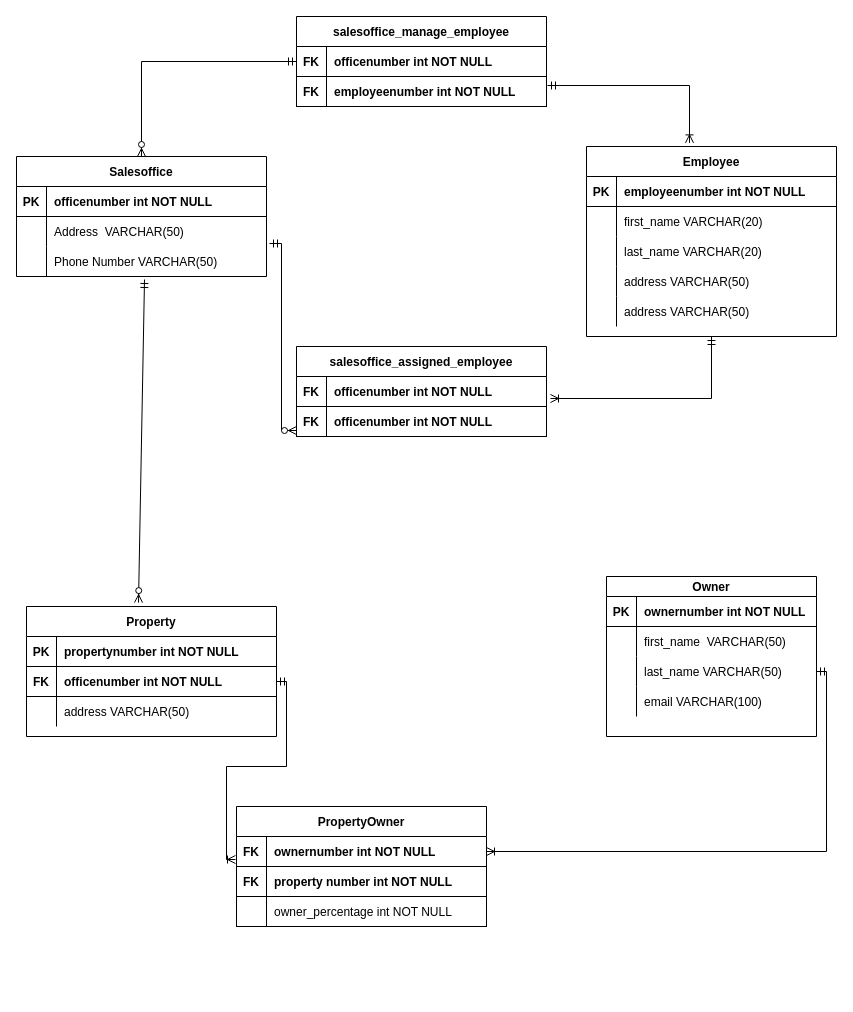
Above: case 1 erd.drawio in santoshkc1655/Data-Modeling-SQL (draw.io), before the change. Source tidied: cells renumbered, new cells numbered last; positions are measured from the earlier drawing's top-left corner, leaving out a move shared by most shapes. Both pictures are drawn from the tidied source at 100%, with x=0, y=0 at pixel (16, 16).
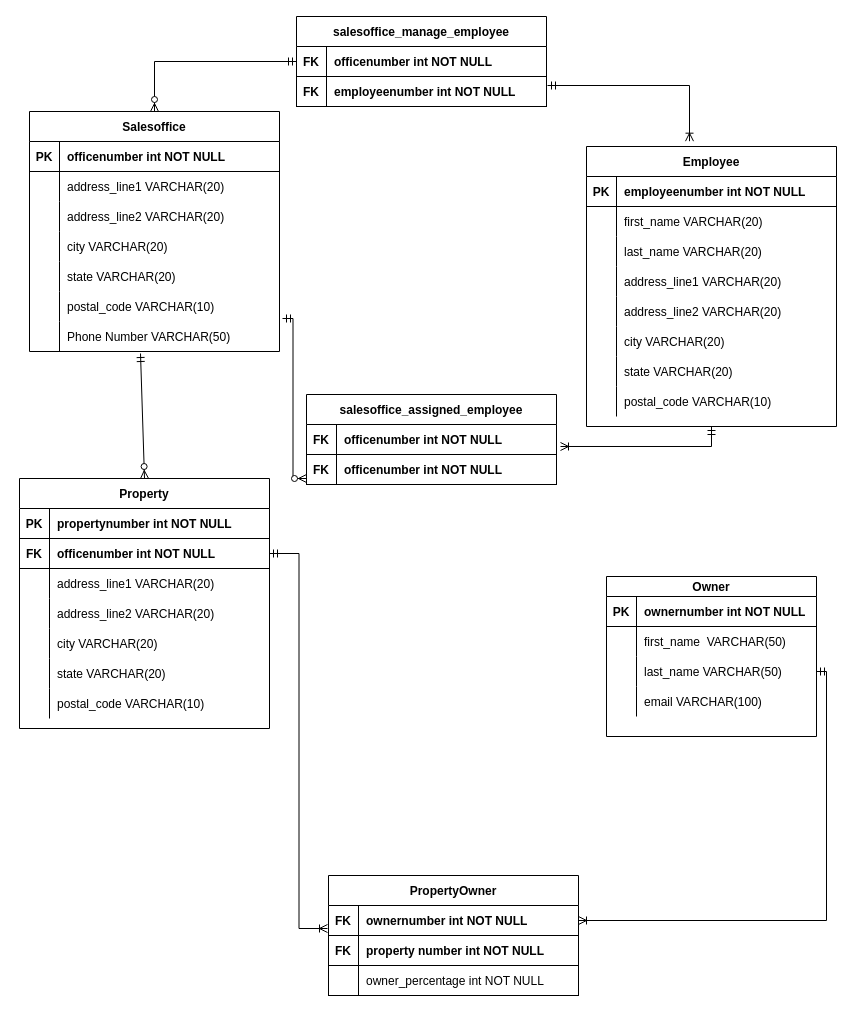
Above is the later version.

Unchanged cells that the change refers to:
```xml
<mxCell id="12" style="shape=partialRectangle;fillColor=none;top=0;left=0;right=0;bottom=0;" parent="2" vertex="1">
  <mxGeometry y="120" width="250" height="30" as="geometry" />
</mxCell>
```

What changed in the source:
```diff
@@
     <mxCell id="2" value="Employee" style="shape=table;startSize=30;childLayout=tableLayout;rowLines=0;fontStyle=1;align=center;" parent="1" vertex="1">
-      <mxGeometry x="570" y="130" width="250" height="190" as="geometry" />
+      <mxGeometry x="570" y="130" width="250" height="280" as="geometry" />
     </mxCell>
@@
-    <mxCell id="14" value="address VARCHAR(50)" style="shape=partialRectangle;overflow=hidden;fillColor=none;top=0;left=0;bottom=0;right=0;align=left;spacingLeft=6;" parent="12" vertex="1">
+    <mxCell id="14" value="address_line1 VARCHAR(20)" style="shape=partialRectangle;overflow=hidden;fillColor=none;top=0;left=0;bottom=0;right=0;align=left;spacingLeft=6;" parent="12" vertex="1">
       <mxGeometry x="30" width="220" height="30" as="geometry" />
     </mxCell>
+    <mxCell id="82" style="shape=partialRectangle;fillColor=none;top=0;left=0;right=0;bottom=0;" parent="2" vertex="1">
+      <mxGeometry y="150" width="250" height="30" as="geometry" />
+    </mxCell>
+    <mxCell id="83" style="shape=partialRectangle;overflow=hidden;fillColor=none;top=0;left=0;bottom=0;right=0;" parent="82" vertex="1">
+      <mxGeometry width="30" height="30" as="geometry" />
+    </mxCell>
+    <mxCell id="84" value="address_line2 VARCHAR(20)" style="shape=partialRectangle;overflow=hidden;fillColor=none;top=0;left=0;bottom=0;right=0;align=left;spacingLeft=6;" parent="82" vertex="1">
+      <mxGeometry x="30" width="220" height="30" as="geometry" />
+    </mxCell>
+    <mxCell id="85" style="shape=partialRectangle;fillColor=none;top=0;left=0;right=0;bottom=0;" parent="2" vertex="1">
+      <mxGeometry y="180" width="250" height="30" as="geometry" />
+    </mxCell>
+    <mxCell id="86" style="shape=partialRectangle;overflow=hidden;fillColor=none;top=0;left=0;bottom=0;right=0;" parent="85" vertex="1">
+      <mxGeometry width="30" height="30" as="geometry" />
+    </mxCell>
+    <mxCell id="87" value="city VARCHAR(20)" style="shape=partialRectangle;overflow=hidden;fillColor=none;top=0;left=0;bottom=0;right=0;align=left;spacingLeft=6;" parent="85" vertex="1">
+      <mxGeometry x="30" width="220" height="30" as="geometry" />
+    </mxCell>
+    <mxCell id="88" style="shape=partialRectangle;fillColor=none;top=0;left=0;right=0;bottom=0;" parent="2" vertex="1">
+      <mxGeometry y="210" width="250" height="30" as="geometry" />
+    </mxCell>
+    <mxCell id="89" style="shape=partialRectangle;overflow=hidden;fillColor=none;top=0;left=0;bottom=0;right=0;" parent="88" vertex="1">
+      <mxGeometry width="30" height="30" as="geometry" />
+    </mxCell>
+    <mxCell id="90" value="state VARCHAR(20)" style="shape=partialRectangle;overflow=hidden;fillColor=none;top=0;left=0;bottom=0;right=0;align=left;spacingLeft=6;" parent="88" vertex="1">
+      <mxGeometry x="30" width="220" height="30" as="geometry" />
+    </mxCell>
     <mxCell id="15" style="shape=partialRectangle;fillColor=none;top=0;left=0;right=0;bottom=0;" parent="2" vertex="1">
-      <mxGeometry y="150" width="250" height="30" as="geometry" />
+      <mxGeometry y="240" width="250" height="30" as="geometry" />
     </mxCell>
@@
-    <mxCell id="17" value="address VARCHAR(50)" style="shape=partialRectangle;overflow=hidden;fillColor=none;top=0;left=0;bottom=0;right=0;align=left;spacingLeft=6;" parent="15" vertex="1">
+    <mxCell id="17" value="postal_code VARCHAR(10)" style="shape=partialRectangle;overflow=hidden;fillColor=none;top=0;left=0;bottom=0;right=0;align=left;spacingLeft=6;" parent="15" vertex="1">
       <mxGeometry x="30" width="220" height="30" as="geometry" />
     </mxCell>
     <mxCell id="18" value="Property" style="shape=table;startSize=30;childLayout=tableLayout;rowLines=0;fontStyle=1;align=center;" parent="1" vertex="1">
-      <mxGeometry x="10" y="590" width="250" height="130" as="geometry" />
+      <mxGeometry x="3" y="462" width="250" height="250" as="geometry" />
     </mxCell>
@@
+    <mxCell id="91" style="shape=partialRectangle;fillColor=none;top=0;left=0;right=0;bottom=0;" parent="18" vertex="1">
+      <mxGeometry y="90" width="250" height="30" as="geometry" />
+    </mxCell>
+    <mxCell id="92" style="shape=partialRectangle;overflow=hidden;fillColor=none;top=0;left=0;bottom=0;right=0;" parent="91" vertex="1">
+      <mxGeometry width="30" height="30" as="geometry" />
+    </mxCell>
+    <mxCell id="93" value="address_line1 VARCHAR(20)" style="shape=partialRectangle;overflow=hidden;fillColor=none;top=0;left=0;bottom=0;right=0;align=left;spacingLeft=6;" parent="91" vertex="1">
+      <mxGeometry x="30" width="220" height="30" as="geometry" />
+    </mxCell>
+    <mxCell id="94" style="shape=partialRectangle;fillColor=none;top=0;left=0;right=0;bottom=0;" parent="18" vertex="1">
+      <mxGeometry y="120" width="250" height="30" as="geometry" />
+    </mxCell>
+    <mxCell id="95" style="shape=partialRectangle;overflow=hidden;fillColor=none;top=0;left=0;bottom=0;right=0;" parent="94" vertex="1">
+      <mxGeometry width="30" height="30" as="geometry" />
+    </mxCell>
+    <mxCell id="96" value="address_line2 VARCHAR(20)" style="shape=partialRectangle;overflow=hidden;fillColor=none;top=0;left=0;bottom=0;right=0;align=left;spacingLeft=6;" parent="94" vertex="1">
+      <mxGeometry x="30" width="220" height="30" as="geometry" />
+    </mxCell>
+    <mxCell id="97" style="shape=partialRectangle;fillColor=none;top=0;left=0;right=0;bottom=0;" parent="18" vertex="1">
+      <mxGeometry y="150" width="250" height="30" as="geometry" />
+    </mxCell>
+    <mxCell id="98" style="shape=partialRectangle;overflow=hidden;fillColor=none;top=0;left=0;bottom=0;right=0;" parent="97" vertex="1">
+      <mxGeometry width="30" height="30" as="geometry" />
+    </mxCell>
+    <mxCell id="99" value="city VARCHAR(20)" style="shape=partialRectangle;overflow=hidden;fillColor=none;top=0;left=0;bottom=0;right=0;align=left;spacingLeft=6;" parent="97" vertex="1">
+      <mxGeometry x="30" width="220" height="30" as="geometry" />
+    </mxCell>
+    <mxCell id="100" style="shape=partialRectangle;fillColor=none;top=0;left=0;right=0;bottom=0;" parent="18" vertex="1">
+      <mxGeometry y="180" width="250" height="30" as="geometry" />
+    </mxCell>
+    <mxCell id="101" style="shape=partialRectangle;overflow=hidden;fillColor=none;top=0;left=0;bottom=0;right=0;" parent="100" vertex="1">
+      <mxGeometry width="30" height="30" as="geometry" />
+    </mxCell>
+    <mxCell id="102" value="state VARCHAR(20)" style="shape=partialRectangle;overflow=hidden;fillColor=none;top=0;left=0;bottom=0;right=0;align=left;spacingLeft=6;" parent="100" vertex="1">
+      <mxGeometry x="30" width="220" height="30" as="geometry" />
+    </mxCell>
     <mxCell id="25" style="shape=partialRectangle;fillColor=none;top=0;left=0;right=0;bottom=0;" parent="18" vertex="1">
-      <mxGeometry y="90" width="250" height="30" as="geometry" />
+      <mxGeometry y="210" width="250" height="30" as="geometry" />
     </mxCell>
@@
-    <mxCell id="27" value="address VARCHAR(50) " style="shape=partialRectangle;overflow=hidden;fillColor=none;top=0;left=0;bottom=0;right=0;align=left;spacingLeft=6;" parent="25" vertex="1">
+    <mxCell id="27" value="postal_code VARCHAR(10)" style="shape=partialRectangle;overflow=hidden;fillColor=none;top=0;left=0;bottom=0;right=0;align=left;spacingLeft=6;" parent="25" vertex="1">
       <mxGeometry x="30" width="220" height="30" as="geometry" />
     </mxCell>
@@
     <mxCell id="41" value="Salesoffice" style="shape=table;startSize=30;childLayout=tableLayout;rowLines=0;fontStyle=1;align=center;" parent="1" vertex="1">
-      <mxGeometry y="140" width="250" height="120" as="geometry" />
+      <mxGeometry x="13" y="95" width="250" height="240" as="geometry" />
     </mxCell>
@@
+    <mxCell id="103" style="shape=partialRectangle;fillColor=none;top=0;left=0;right=0;bottom=0;" parent="41" vertex="1">
+      <mxGeometry y="60" width="250" height="30" as="geometry" />
+    </mxCell>
+    <mxCell id="104" style="shape=partialRectangle;overflow=hidden;fillColor=none;top=0;left=0;bottom=0;right=0;" parent="103" vertex="1">
+      <mxGeometry width="30" height="30" as="geometry" />
+    </mxCell>
+    <mxCell id="105" value="address_line1 VARCHAR(20)" style="shape=partialRectangle;overflow=hidden;fillColor=none;top=0;left=0;bottom=0;right=0;align=left;spacingLeft=6;" parent="103" vertex="1">
+      <mxGeometry x="30" width="220" height="30" as="geometry" />
+    </mxCell>
+    <mxCell id="106" style="shape=partialRectangle;fillColor=none;top=0;left=0;right=0;bottom=0;" parent="41" vertex="1">
+      <mxGeometry y="90" width="250" height="30" as="geometry" />
+    </mxCell>
+    <mxCell id="107" style="shape=partialRectangle;overflow=hidden;fillColor=none;top=0;left=0;bottom=0;right=0;" parent="106" vertex="1">
+      <mxGeometry width="30" height="30" as="geometry" />
+    </mxCell>
+    <mxCell id="108" value="address_line2 VARCHAR(20)" style="shape=partialRectangle;overflow=hidden;fillColor=none;top=0;left=0;bottom=0;right=0;align=left;spacingLeft=6;" parent="106" vertex="1">
+      <mxGeometry x="30" width="220" height="30" as="geometry" />
+    </mxCell>
+    <mxCell id="109" style="shape=partialRectangle;fillColor=none;top=0;left=0;right=0;bottom=0;" parent="41" vertex="1">
+      <mxGeometry y="120" width="250" height="30" as="geometry" />
+    </mxCell>
+    <mxCell id="110" style="shape=partialRectangle;overflow=hidden;fillColor=none;top=0;left=0;bottom=0;right=0;" parent="109" vertex="1">
+      <mxGeometry width="30" height="30" as="geometry" />
+    </mxCell>
+    <mxCell id="111" value="city VARCHAR(20)" style="shape=partialRectangle;overflow=hidden;fillColor=none;top=0;left=0;bottom=0;right=0;align=left;spacingLeft=6;" parent="109" vertex="1">
+      <mxGeometry x="30" width="220" height="30" as="geometry" />
+    </mxCell>
+    <mxCell id="112" style="shape=partialRectangle;fillColor=none;top=0;left=0;right=0;bottom=0;" parent="41" vertex="1">
+      <mxGeometry y="150" width="250" height="30" as="geometry" />
+    </mxCell>
+    <mxCell id="113" style="shape=partialRectangle;overflow=hidden;fillColor=none;top=0;left=0;bottom=0;right=0;" parent="112" vertex="1">
+      <mxGeometry width="30" height="30" as="geometry" />
+    </mxCell>
+    <mxCell id="114" value="state VARCHAR(20)" style="shape=partialRectangle;overflow=hidden;fillColor=none;top=0;left=0;bottom=0;right=0;align=left;spacingLeft=6;" parent="112" vertex="1">
+      <mxGeometry x="30" width="220" height="30" as="geometry" />
+    </mxCell>
     <mxCell id="45" style="shape=partialRectangle;fillColor=none;top=0;left=0;right=0;bottom=0;" parent="41" vertex="1">
-      <mxGeometry y="60" width="250" height="30" as="geometry" />
+      <mxGeometry y="180" width="250" height="30" as="geometry" />
     </mxCell>
@@
-    <mxCell id="47" value="Address  VARCHAR(50)      " style="shape=partialRectangle;overflow=hidden;fillColor=none;top=0;left=0;bottom=0;right=0;align=left;spacingLeft=6;" parent="45" vertex="1">
+    <mxCell id="47" value="postal_code VARCHAR(10)" style="shape=partialRectangle;overflow=hidden;fillColor=none;top=0;left=0;bottom=0;right=0;align=left;spacingLeft=6;" parent="45" vertex="1">
       <mxGeometry x="30" width="220" height="30" as="geometry" />
     </mxCell>
     <mxCell id="48" style="shape=partialRectangle;fillColor=none;points=[[0,0.5],[1,0.5]];portConstraint=eastwest;top=0;left=0;right=0;bottom=0;" parent="41" vertex="1">
-      <mxGeometry y="90" width="250" height="30" as="geometry" />
+      <mxGeometry y="210" width="250" height="30" as="geometry" />
     </mxCell>
@@
     <mxCell id="58" value="salesoffice_assigned_employee" style="shape=table;startSize=30;childLayout=tableLayout;rowLines=0;fontStyle=1;align=center;" parent="1" vertex="1">
-      <mxGeometry x="280" y="330" width="250" height="90" as="geometry" />
+      <mxGeometry x="290" y="378" width="250" height="90" as="geometry" />
     </mxCell>
@@
-    <mxCell id="65" style="fontSize=12;html=1;endArrow=ERzeroToMany;startArrow=ERmandOne;rounded=0;exitX=0.512;exitY=1.1;exitDx=0;exitDy=0;exitPerimeter=0;entryX=0.448;entryY=-0.03;entryDx=0;entryDy=0;entryPerimeter=0;" parent="1" edge="1" source="48" target="18">
+    <mxCell id="65" style="fontSize=12;html=1;endArrow=ERzeroToMany;startArrow=ERmandOne;rounded=0;entryX=0.5;entryY=0;entryDx=0;entryDy=0;exitX=0.444;exitY=1.067;exitDx=0;exitDy=0;exitPerimeter=0;" parent="1" edge="1" source="48" target="18">
       <mxGeometry relative="1" as="geometry" />
     </mxCell>
@@
     <mxCell id="72" value="PropertyOwner" style="shape=table;startSize=30;childLayout=tableLayout;rowLines=0;fontStyle=1;align=center;" parent="1" vertex="1">
-      <mxGeometry x="220" y="790" width="250" height="120" as="geometry" />
+      <mxGeometry x="312" y="859" width="250" height="120" as="geometry" />
     </mxCell>
```
